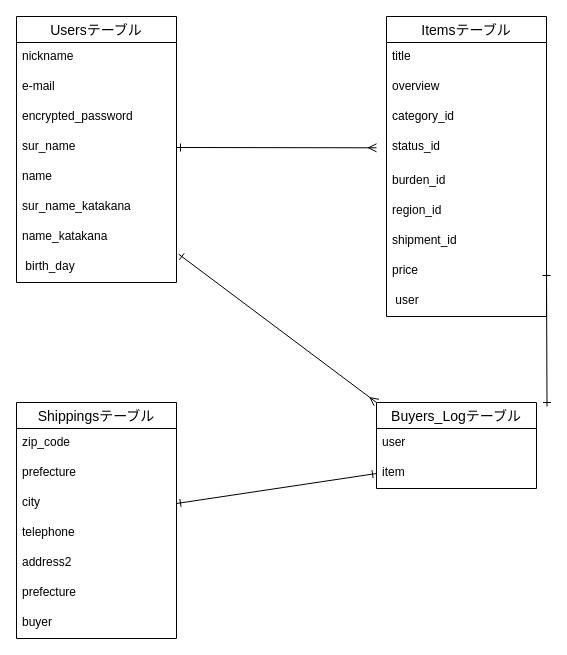
The draw.io diagram test.dio in 3171km/furima-39388, before the edit. Source tidied: cells renumbered, new cells numbered last; positions are measured from the earlier drawing's top-left corner, leaving out a move shared by most shapes. Both pictures are drawn from the tidied source at 100%, with x=0, y=0 at pixel (16, 16).
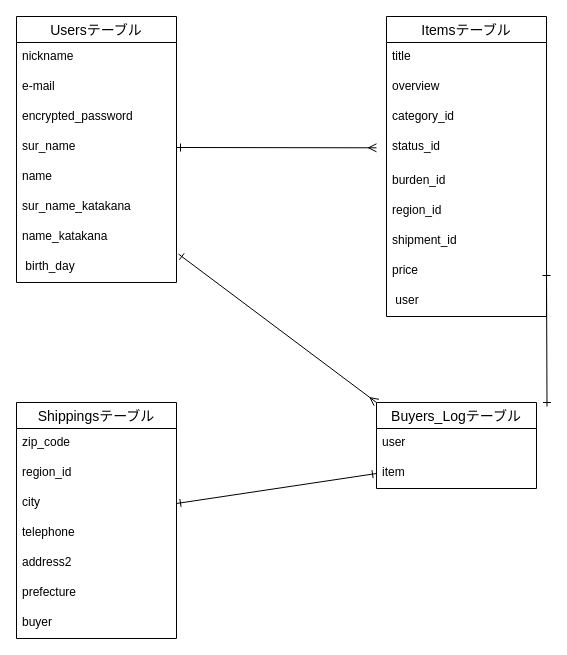
Above is the later version.

Commit message (it also covers changes not shown here):
データベース設計(README）3

The change refers to these unchanged cells:
```xml
<mxCell id="25" value="Shippingsテーブル" style="swimlane;fontStyle=0;horizontal=1;startSize=26;align=center;fontSize=14;" parent="1" vertex="1">
  <mxGeometry y="386" width="160" height="236" as="geometry" />
</mxCell>
```

The edit, as a diff of the source:
```diff
@@
-    <mxCell id="27" value="prefecture" style="text;strokeColor=none;fillColor=none;spacingLeft=4;spacingRight=4;overflow=hidden;fontSize=12;" parent="25" vertex="1">
+    <mxCell id="27" value="region_id" style="text;strokeColor=none;fillColor=none;spacingLeft=4;spacingRight=4;overflow=hidden;fontSize=12;" parent="25" vertex="1">
       <mxGeometry y="56" width="160" height="30" as="geometry" />
     </mxCell>
```
